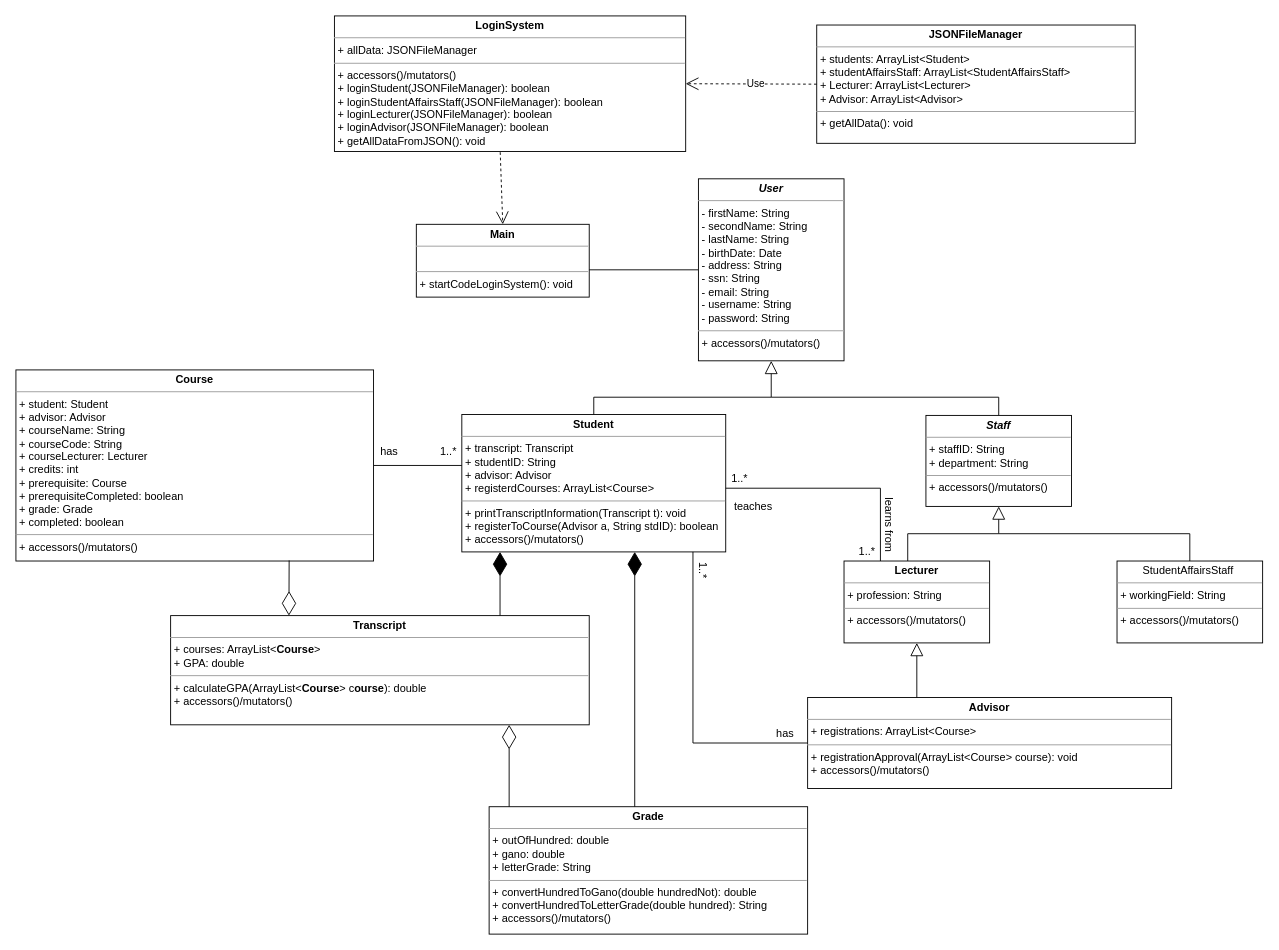
Earlier version of the draw.io diagram Iteration_1/CSE3063F23P1_DCD_GRP9_Iteration1.drawio (yigittuncer07/CSE3063F23P1_GRP9). Source tidied: cells renumbered, new cells numbered last; positions are measured from the earlier drawing's top-left corner, leaving out a move shared by most shapes. Both pictures are drawn from the tidied source at 91%, with x=0, y=0 at pixel (15, 15).
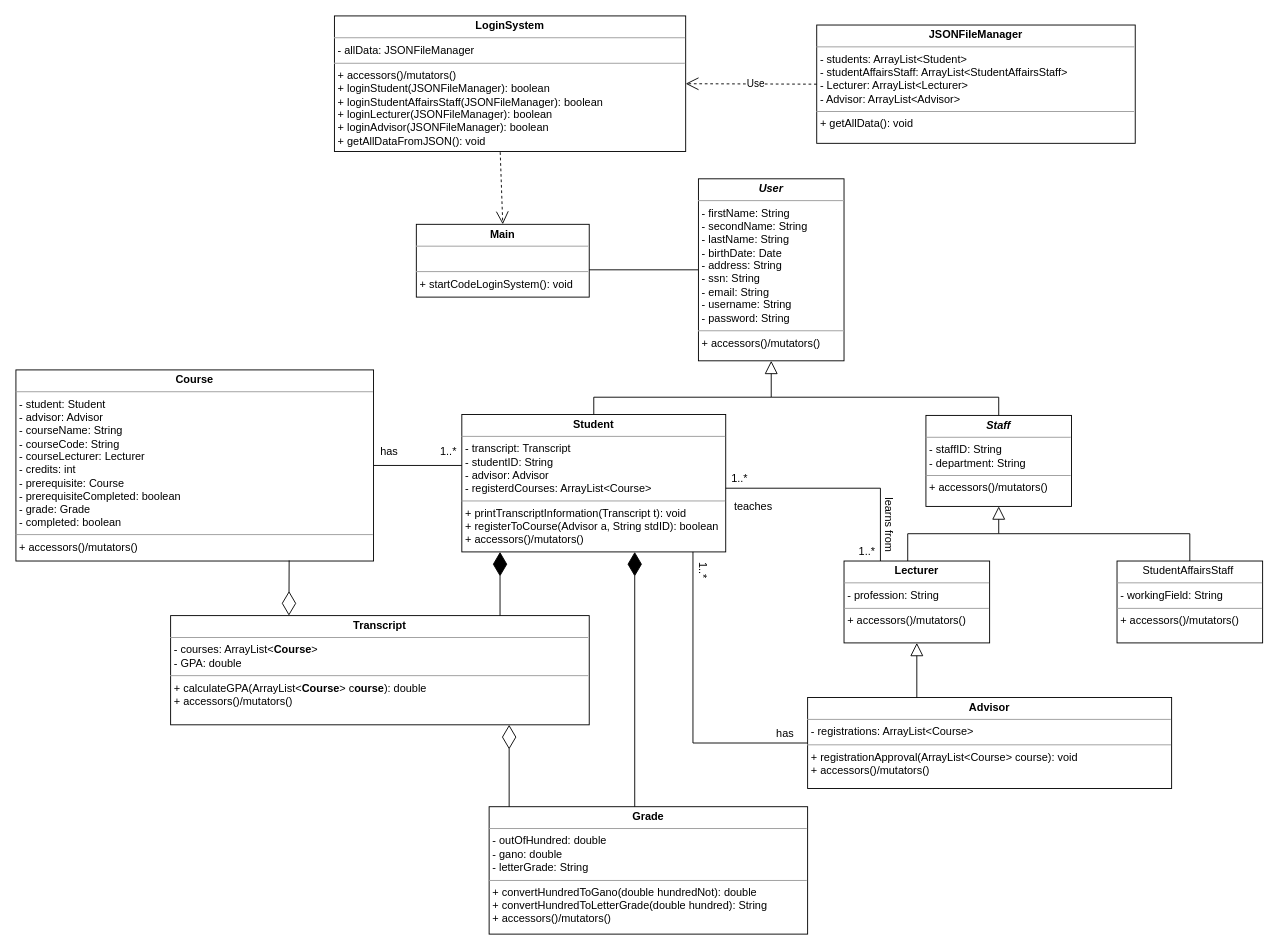
Above is the later version.

Commit message:
Updated methods in DCD

What changed in the source:
```diff
@@
-    <mxCell id="4" value="&lt;p style=&quot;margin:0px;margin-top:4px;text-align:center;&quot;&gt;&lt;b&gt;Student&lt;/b&gt;&lt;/p&gt;&lt;hr size=&quot;1&quot;&gt;&lt;p style=&quot;margin:0px;margin-left:4px;&quot;&gt;+ transcript: Transcript&lt;/p&gt;&lt;p style=&quot;margin:0px;margin-left:4px;&quot;&gt;+ studentID: String&lt;/p&gt;&lt;p style=&quot;margin:0px;margin-left:4px;&quot;&gt;+ advisor: Advisor&lt;/p&gt;&lt;p style=&quot;margin:0px;margin-left:4px;&quot;&gt;+ registerdCourses: ArrayList&amp;lt;Course&amp;gt;&lt;/p&gt;&lt;hr size=&quot;1&quot;&gt;&lt;p style=&quot;margin:0px;margin-left:4px;&quot;&gt;+ printTranscriptInformation(Transcript t): void&lt;/p&gt;&lt;p style=&quot;margin:0px;margin-left:4px;&quot;&gt;&lt;span style=&quot;background-color: initial;&quot;&gt;+ registerToCourse(Advisor a, String stdID): boolean&lt;/span&gt;&lt;/p&gt;&lt;p style=&quot;margin:0px;margin-left:4px;&quot;&gt;&lt;span style=&quot;background-color: initial;&quot;&gt;+ accessors()/mutators()&lt;/span&gt;&lt;br&gt;&lt;/p&gt;" style="verticalAlign=top;align=left;overflow=fill;fontSize=12;fontFamily=Helvetica;html=1;whiteSpace=wrap;" parent="1" vertex="1">
+    <mxCell id="4" value="&lt;p style=&quot;margin:0px;margin-top:4px;text-align:center;&quot;&gt;&lt;b&gt;Student&lt;/b&gt;&lt;/p&gt;&lt;hr size=&quot;1&quot;&gt;&lt;p style=&quot;margin:0px;margin-left:4px;&quot;&gt;- transcript: Transcript&lt;/p&gt;&lt;p style=&quot;margin:0px;margin-left:4px;&quot;&gt;- studentID: String&lt;/p&gt;&lt;p style=&quot;margin:0px;margin-left:4px;&quot;&gt;- advisor: Advisor&lt;/p&gt;&lt;p style=&quot;margin:0px;margin-left:4px;&quot;&gt;- registerdCourses: ArrayList&amp;lt;Course&amp;gt;&lt;/p&gt;&lt;hr size=&quot;1&quot;&gt;&lt;p style=&quot;margin:0px;margin-left:4px;&quot;&gt;+ printTranscriptInformation(Transcript t): void&lt;/p&gt;&lt;p style=&quot;margin:0px;margin-left:4px;&quot;&gt;&lt;span style=&quot;background-color: initial;&quot;&gt;+ registerToCourse(Advisor a, String stdID): boolean&lt;/span&gt;&lt;/p&gt;&lt;p style=&quot;margin:0px;margin-left:4px;&quot;&gt;&lt;span style=&quot;background-color: initial;&quot;&gt;+ accessors()/mutators()&lt;/span&gt;&lt;br&gt;&lt;/p&gt;" style="verticalAlign=top;align=left;overflow=fill;fontSize=12;fontFamily=Helvetica;html=1;whiteSpace=wrap;" parent="1" vertex="1">
       <mxGeometry x="490" y="438" width="290" height="151" as="geometry" />
     </mxCell>
@@
-    <mxCell id="7" value="&lt;p style=&quot;margin:0px;margin-top:4px;text-align:center;&quot;&gt;&lt;b&gt;Advisor&lt;/b&gt;&lt;/p&gt;&lt;hr size=&quot;1&quot;&gt;&lt;p style=&quot;margin:0px;margin-left:4px;&quot;&gt;+ registrations: ArrayList&amp;lt;Course&amp;gt;&lt;/p&gt;&lt;hr size=&quot;1&quot;&gt;&lt;p style=&quot;margin:0px;margin-left:4px;&quot;&gt;+ registrationApproval(ArrayList&amp;lt;Course&amp;gt; course): void&lt;/p&gt;&lt;p style=&quot;margin:0px;margin-left:4px;&quot;&gt;+ accessors()/mutators()&lt;br&gt;&lt;/p&gt;" style="verticalAlign=top;align=left;overflow=fill;fontSize=12;fontFamily=Helvetica;html=1;whiteSpace=wrap;" parent="1" vertex="1">
+    <mxCell id="7" value="&lt;p style=&quot;margin:0px;margin-top:4px;text-align:center;&quot;&gt;&lt;b&gt;Advisor&lt;/b&gt;&lt;/p&gt;&lt;hr size=&quot;1&quot;&gt;&lt;p style=&quot;margin:0px;margin-left:4px;&quot;&gt;- registrations: ArrayList&amp;lt;Course&amp;gt;&lt;/p&gt;&lt;hr size=&quot;1&quot;&gt;&lt;p style=&quot;margin:0px;margin-left:4px;&quot;&gt;+ registrationApproval(ArrayList&amp;lt;Course&amp;gt; course): void&lt;/p&gt;&lt;p style=&quot;margin:0px;margin-left:4px;&quot;&gt;+ accessors()/mutators()&lt;br&gt;&lt;/p&gt;" style="verticalAlign=top;align=left;overflow=fill;fontSize=12;fontFamily=Helvetica;html=1;whiteSpace=wrap;" parent="1" vertex="1">
       <mxGeometry x="870" y="749" width="400" height="100" as="geometry" />
     </mxCell>
@@
-    <mxCell id="9" value="&lt;p style=&quot;margin:0px;margin-top:4px;text-align:center;&quot;&gt;&lt;b&gt;Course&lt;/b&gt;&lt;/p&gt;&lt;hr size=&quot;1&quot;&gt;&lt;p style=&quot;margin:0px;margin-left:4px;&quot;&gt;+ student: Student&lt;/p&gt;&lt;p style=&quot;margin:0px;margin-left:4px;&quot;&gt;+ advisor: Advisor&lt;/p&gt;&lt;p style=&quot;margin:0px;margin-left:4px;&quot;&gt;+ courseName: String&lt;/p&gt;&lt;p style=&quot;margin:0px;margin-left:4px;&quot;&gt;+ courseCode: String&lt;/p&gt;&lt;p style=&quot;margin:0px;margin-left:4px;&quot;&gt;+ courseLecturer: Lecturer&lt;/p&gt;&lt;p style=&quot;margin:0px;margin-left:4px;&quot;&gt;+ credits: int&lt;/p&gt;&lt;p style=&quot;margin:0px;margin-left:4px;&quot;&gt;+ prerequisite: Course&lt;/p&gt;&lt;p style=&quot;margin:0px;margin-left:4px;&quot;&gt;+ prerequisiteCompleted: boolean&lt;/p&gt;&lt;p style=&quot;margin:0px;margin-left:4px;&quot;&gt;+ grade: Grade&lt;/p&gt;&lt;p style=&quot;margin:0px;margin-left:4px;&quot;&gt;+ completed: boolean&lt;/p&gt;&lt;hr size=&quot;1&quot;&gt;&lt;p style=&quot;margin:0px;margin-left:4px;&quot;&gt;+ accessors()/mutators()&lt;/p&gt;" style="verticalAlign=top;align=left;overflow=fill;fontSize=12;fontFamily=Helvetica;html=1;whiteSpace=wrap;" parent="1" vertex="1">
+    <mxCell id="9" value="&lt;p style=&quot;margin:0px;margin-top:4px;text-align:center;&quot;&gt;&lt;b&gt;Course&lt;/b&gt;&lt;/p&gt;&lt;hr size=&quot;1&quot;&gt;&lt;p style=&quot;margin:0px;margin-left:4px;&quot;&gt;- student: Student&lt;/p&gt;&lt;p style=&quot;margin:0px;margin-left:4px;&quot;&gt;- advisor: Advisor&lt;/p&gt;&lt;p style=&quot;margin:0px;margin-left:4px;&quot;&gt;- courseName: String&lt;/p&gt;&lt;p style=&quot;margin:0px;margin-left:4px;&quot;&gt;- courseCode: String&lt;/p&gt;&lt;p style=&quot;margin:0px;margin-left:4px;&quot;&gt;- courseLecturer: Lecturer&lt;/p&gt;&lt;p style=&quot;margin:0px;margin-left:4px;&quot;&gt;- credits: int&lt;/p&gt;&lt;p style=&quot;margin:0px;margin-left:4px;&quot;&gt;- prerequisite: Course&lt;/p&gt;&lt;p style=&quot;margin:0px;margin-left:4px;&quot;&gt;- prerequisiteCompleted: boolean&lt;/p&gt;&lt;p style=&quot;margin:0px;margin-left:4px;&quot;&gt;- grade: Grade&lt;/p&gt;&lt;p style=&quot;margin:0px;margin-left:4px;&quot;&gt;- completed: boolean&lt;/p&gt;&lt;hr size=&quot;1&quot;&gt;&lt;p style=&quot;margin:0px;margin-left:4px;&quot;&gt;+ accessors()/mutators()&lt;/p&gt;" style="verticalAlign=top;align=left;overflow=fill;fontSize=12;fontFamily=Helvetica;html=1;whiteSpace=wrap;" parent="1" vertex="1">
       <mxGeometry y="389" width="393" height="210" as="geometry" />
     </mxCell>
-    <mxCell id="10" value="&lt;p style=&quot;margin:0px;margin-top:4px;text-align:center;&quot;&gt;&lt;b&gt;Transcript&lt;/b&gt;&lt;/p&gt;&lt;hr size=&quot;1&quot;&gt;&lt;p style=&quot;margin:0px;margin-left:4px;&quot;&gt;+ courses: ArrayList&amp;lt;&lt;b style=&quot;border-color: var(--border-color); text-align: center;&quot;&gt;Course&lt;/b&gt;&lt;span style=&quot;background-color: initial;&quot;&gt;&amp;gt;&lt;/span&gt;&lt;br&gt;&lt;/p&gt;&lt;p style=&quot;margin:0px;margin-left:4px;&quot;&gt;&lt;span style=&quot;background-color: initial;&quot;&gt;+ GPA: double&lt;/span&gt;&lt;/p&gt;&lt;hr size=&quot;1&quot;&gt;&lt;p style=&quot;margin:0px;margin-left:4px;&quot;&gt;+ calculateGPA(ArrayList&amp;lt;&lt;b style=&quot;border-color: var(--border-color); text-align: center;&quot;&gt;Course&lt;/b&gt;&amp;gt; c&lt;b style=&quot;border-color: var(--border-color); text-align: center;&quot;&gt;ourse&lt;/b&gt;): double&lt;/p&gt;&lt;p style=&quot;margin:0px;margin-left:4px;&quot;&gt;+ accessors()/mutators()&lt;br&gt;&lt;/p&gt;" style="verticalAlign=top;align=left;overflow=fill;fontSize=12;fontFamily=Helvetica;html=1;whiteSpace=wrap;" parent="1" vertex="1">
+    <mxCell id="10" value="&lt;p style=&quot;margin:0px;margin-top:4px;text-align:center;&quot;&gt;&lt;b&gt;Transcript&lt;/b&gt;&lt;/p&gt;&lt;hr size=&quot;1&quot;&gt;&lt;p style=&quot;margin:0px;margin-left:4px;&quot;&gt;- courses: ArrayList&amp;lt;&lt;b style=&quot;border-color: var(--border-color); text-align: center;&quot;&gt;Course&lt;/b&gt;&lt;span style=&quot;background-color: initial;&quot;&gt;&amp;gt;&lt;/span&gt;&lt;br&gt;&lt;/p&gt;&lt;p style=&quot;margin:0px;margin-left:4px;&quot;&gt;&lt;span style=&quot;background-color: initial;&quot;&gt;- GPA: double&lt;/span&gt;&lt;/p&gt;&lt;hr size=&quot;1&quot;&gt;&lt;p style=&quot;margin:0px;margin-left:4px;&quot;&gt;+ calculateGPA(ArrayList&amp;lt;&lt;b style=&quot;border-color: var(--border-color); text-align: center;&quot;&gt;Course&lt;/b&gt;&amp;gt; c&lt;b style=&quot;border-color: var(--border-color); text-align: center;&quot;&gt;ourse&lt;/b&gt;): double&lt;/p&gt;&lt;p style=&quot;margin:0px;margin-left:4px;&quot;&gt;+ accessors()/mutators()&lt;br&gt;&lt;/p&gt;" style="verticalAlign=top;align=left;overflow=fill;fontSize=12;fontFamily=Helvetica;html=1;whiteSpace=wrap;" parent="1" vertex="1">
       <mxGeometry x="170" y="659" width="460" height="120" as="geometry" />
     </mxCell>
-    <mxCell id="11" value="&lt;p style=&quot;margin:0px;margin-top:4px;text-align:center;&quot;&gt;&lt;b&gt;Grade&lt;/b&gt;&lt;/p&gt;&lt;hr size=&quot;1&quot;&gt;&lt;p style=&quot;margin:0px;margin-left:4px;&quot;&gt;+ outOfHundred: double&lt;/p&gt;&lt;p style=&quot;margin:0px;margin-left:4px;&quot;&gt;+ gano: double&lt;/p&gt;&lt;p style=&quot;margin:0px;margin-left:4px;&quot;&gt;+ letterGrade: String&lt;/p&gt;&lt;hr size=&quot;1&quot;&gt;&lt;p style=&quot;margin:0px;margin-left:4px;&quot;&gt;+ convertHundredToGano(double hundredNot): double&lt;/p&gt;&lt;p style=&quot;margin:0px;margin-left:4px;&quot;&gt;+ convertHundredToLetterGrade(double hundred): String&lt;/p&gt;&lt;p style=&quot;margin:0px;margin-left:4px;&quot;&gt;+ accessors()/mutators()&lt;br&gt;&lt;/p&gt;" style="verticalAlign=top;align=left;overflow=fill;fontSize=12;fontFamily=Helvetica;html=1;whiteSpace=wrap;" parent="1" vertex="1">
+    <mxCell id="11" value="&lt;p style=&quot;margin:0px;margin-top:4px;text-align:center;&quot;&gt;&lt;b&gt;Grade&lt;/b&gt;&lt;/p&gt;&lt;hr size=&quot;1&quot;&gt;&lt;p style=&quot;margin:0px;margin-left:4px;&quot;&gt;- outOfHundred: double&lt;/p&gt;&lt;p style=&quot;margin:0px;margin-left:4px;&quot;&gt;- gano: double&lt;/p&gt;&lt;p style=&quot;margin:0px;margin-left:4px;&quot;&gt;- letterGrade: String&lt;/p&gt;&lt;hr size=&quot;1&quot;&gt;&lt;p style=&quot;margin:0px;margin-left:4px;&quot;&gt;+ convertHundredToGano(double hundredNot): double&lt;/p&gt;&lt;p style=&quot;margin:0px;margin-left:4px;&quot;&gt;+ convertHundredToLetterGrade(double hundred): String&lt;/p&gt;&lt;p style=&quot;margin:0px;margin-left:4px;&quot;&gt;+ accessors()/mutators()&lt;br&gt;&lt;/p&gt;" style="verticalAlign=top;align=left;overflow=fill;fontSize=12;fontFamily=Helvetica;html=1;whiteSpace=wrap;" parent="1" vertex="1">
       <mxGeometry x="520" y="869" width="350" height="140" as="geometry" />
     </mxCell>
@@
-    <mxCell id="13" value="&lt;p style=&quot;margin:0px;margin-top:4px;text-align:center;&quot;&gt;&lt;b&gt;&lt;i&gt;Staff&lt;/i&gt;&lt;/b&gt;&lt;/p&gt;&lt;hr size=&quot;1&quot;&gt;&lt;p style=&quot;margin:0px;margin-left:4px;&quot;&gt;+ staffID: String&lt;/p&gt;&lt;p style=&quot;margin:0px;margin-left:4px;&quot;&gt;+ department: String&lt;/p&gt;&lt;hr size=&quot;1&quot;&gt;&lt;p style=&quot;margin:0px;margin-left:4px;&quot;&gt;+ accessors()/mutators()&lt;br&gt;&lt;/p&gt;" style="verticalAlign=top;align=left;overflow=fill;fontSize=12;fontFamily=Helvetica;html=1;whiteSpace=wrap;" parent="1" vertex="1">
+    <mxCell id="13" value="&lt;p style=&quot;margin:0px;margin-top:4px;text-align:center;&quot;&gt;&lt;b&gt;&lt;i&gt;Staff&lt;/i&gt;&lt;/b&gt;&lt;/p&gt;&lt;hr size=&quot;1&quot;&gt;&lt;p style=&quot;margin:0px;margin-left:4px;&quot;&gt;- staffID: String&lt;/p&gt;&lt;p style=&quot;margin:0px;margin-left:4px;&quot;&gt;- department: String&lt;/p&gt;&lt;hr size=&quot;1&quot;&gt;&lt;p style=&quot;margin:0px;margin-left:4px;&quot;&gt;+ accessors()/mutators()&lt;br&gt;&lt;/p&gt;" style="verticalAlign=top;align=left;overflow=fill;fontSize=12;fontFamily=Helvetica;html=1;whiteSpace=wrap;" parent="1" vertex="1">
       <mxGeometry x="1000" y="439" width="160" height="100" as="geometry" />
     </mxCell>
@@
-    <mxCell id="15" value="&lt;p style=&quot;margin:0px;margin-top:4px;text-align:center;&quot;&gt;&lt;b&gt;Lecturer&lt;/b&gt;&lt;/p&gt;&lt;hr size=&quot;1&quot;&gt;&lt;p style=&quot;margin:0px;margin-left:4px;&quot;&gt;+&amp;nbsp;profession: String&lt;/p&gt;&lt;hr size=&quot;1&quot;&gt;&lt;p style=&quot;margin:0px;margin-left:4px;&quot;&gt;+ accessors()/mutators()&lt;br&gt;&lt;/p&gt;" style="verticalAlign=top;align=left;overflow=fill;fontSize=12;fontFamily=Helvetica;html=1;whiteSpace=wrap;" parent="1" vertex="1">
+    <mxCell id="15" value="&lt;p style=&quot;margin:0px;margin-top:4px;text-align:center;&quot;&gt;&lt;b&gt;Lecturer&lt;/b&gt;&lt;/p&gt;&lt;hr size=&quot;1&quot;&gt;&lt;p style=&quot;margin:0px;margin-left:4px;&quot;&gt;- profession: String&lt;/p&gt;&lt;hr size=&quot;1&quot;&gt;&lt;p style=&quot;margin:0px;margin-left:4px;&quot;&gt;+ accessors()/mutators()&lt;br&gt;&lt;/p&gt;" style="verticalAlign=top;align=left;overflow=fill;fontSize=12;fontFamily=Helvetica;html=1;whiteSpace=wrap;" parent="1" vertex="1">
       <mxGeometry x="910" y="599" width="160" height="90" as="geometry" />
     </mxCell>
-    <mxCell id="16" value="&lt;p style=&quot;margin:0px;margin-top:4px;text-align:center;&quot;&gt;&lt;b&gt;LoginSystem&lt;/b&gt;&lt;/p&gt;&lt;hr size=&quot;1&quot;&gt;&lt;p style=&quot;margin:0px;margin-left:4px;&quot;&gt;+ allData: JSONFileManager&lt;/p&gt;&lt;hr size=&quot;1&quot;&gt;&lt;p style=&quot;margin:0px;margin-left:4px;&quot;&gt;+ accessors()/mutators()&lt;br&gt;&lt;/p&gt;&lt;p style=&quot;margin:0px;margin-left:4px;&quot;&gt;+ loginStudent(JSONFileManager): boolean&lt;/p&gt;&lt;p style=&quot;border-color: var(--border-color); margin: 0px 0px 0px 4px;&quot;&gt;+ loginStudentAffairsStaff(JSONFileManager): boolean&lt;/p&gt;&lt;div&gt;&lt;p style=&quot;border-color: var(--border-color); margin: 0px 0px 0px 4px;&quot;&gt;+ loginLecturer(JSONFileManager): boolean&lt;/p&gt;&lt;div style=&quot;border-color: var(--border-color);&quot;&gt;&lt;p style=&quot;border-color: var(--border-color); margin: 0px 0px 0px 4px;&quot;&gt;+ loginAdvisor(JSONFileManager): boolean&lt;/p&gt;&lt;/div&gt;&lt;/div&gt;&lt;p style=&quot;margin:0px;margin-left:4px;&quot;&gt;+ getAllDataFromJSON(): void&lt;br&gt;&lt;/p&gt;&lt;p style=&quot;margin:0px;margin-left:4px;&quot;&gt;&lt;br&gt;&lt;/p&gt;" style="verticalAlign=top;align=left;overflow=fill;fontSize=12;fontFamily=Helvetica;html=1;whiteSpace=wrap;" parent="1" vertex="1">
+    <mxCell id="16" value="&lt;p style=&quot;margin:0px;margin-top:4px;text-align:center;&quot;&gt;&lt;b&gt;LoginSystem&lt;/b&gt;&lt;/p&gt;&lt;hr size=&quot;1&quot;&gt;&lt;p style=&quot;margin:0px;margin-left:4px;&quot;&gt;- allData: JSONFileManager&lt;/p&gt;&lt;hr size=&quot;1&quot;&gt;&lt;p style=&quot;margin:0px;margin-left:4px;&quot;&gt;+ accessors()/mutators()&lt;br&gt;&lt;/p&gt;&lt;p style=&quot;margin:0px;margin-left:4px;&quot;&gt;+ loginStudent(JSONFileManager): boolean&lt;/p&gt;&lt;p style=&quot;border-color: var(--border-color); margin: 0px 0px 0px 4px;&quot;&gt;+ loginStudentAffairsStaff(JSONFileManager): boolean&lt;/p&gt;&lt;div&gt;&lt;p style=&quot;border-color: var(--border-color); margin: 0px 0px 0px 4px;&quot;&gt;+ loginLecturer(JSONFileManager): boolean&lt;/p&gt;&lt;div style=&quot;border-color: var(--border-color);&quot;&gt;&lt;p style=&quot;border-color: var(--border-color); margin: 0px 0px 0px 4px;&quot;&gt;+ loginAdvisor(JSONFileManager): boolean&lt;/p&gt;&lt;/div&gt;&lt;/div&gt;&lt;p style=&quot;margin:0px;margin-left:4px;&quot;&gt;+ getAllDataFromJSON(): void&lt;br&gt;&lt;/p&gt;&lt;p style=&quot;margin:0px;margin-left:4px;&quot;&gt;&lt;br&gt;&lt;/p&gt;" style="verticalAlign=top;align=left;overflow=fill;fontSize=12;fontFamily=Helvetica;html=1;whiteSpace=wrap;" parent="1" vertex="1">
       <mxGeometry x="350" width="386" height="149" as="geometry" />
     </mxCell>
@@
-    <mxCell id="18" value="&lt;p style=&quot;margin:0px;margin-top:4px;text-align:center;&quot;&gt;StudentAffairsStaff&amp;nbsp;&lt;br&gt;&lt;/p&gt;&lt;hr size=&quot;1&quot;&gt;&lt;p style=&quot;margin:0px;margin-left:4px;&quot;&gt;+&amp;nbsp;workingField: String&lt;/p&gt;&lt;hr size=&quot;1&quot;&gt;&lt;p style=&quot;margin:0px;margin-left:4px;&quot;&gt;+ accessors()/mutators()&lt;br&gt;&lt;/p&gt;" style="verticalAlign=top;align=left;overflow=fill;fontSize=12;fontFamily=Helvetica;html=1;whiteSpace=wrap;" parent="1" vertex="1">
+    <mxCell id="18" value="&lt;p style=&quot;margin:0px;margin-top:4px;text-align:center;&quot;&gt;StudentAffairsStaff&amp;nbsp;&lt;br&gt;&lt;/p&gt;&lt;hr size=&quot;1&quot;&gt;&lt;p style=&quot;margin:0px;margin-left:4px;&quot;&gt;- workingField: String&lt;/p&gt;&lt;hr size=&quot;1&quot;&gt;&lt;p style=&quot;margin:0px;margin-left:4px;&quot;&gt;+ accessors()/mutators()&lt;br&gt;&lt;/p&gt;" style="verticalAlign=top;align=left;overflow=fill;fontSize=12;fontFamily=Helvetica;html=1;whiteSpace=wrap;" parent="1" vertex="1">
       <mxGeometry x="1210" y="599" width="160" height="90" as="geometry" />
     </mxCell>
@@
-    <mxCell id="20" value="&lt;p style=&quot;margin:0px;margin-top:4px;text-align:center;&quot;&gt;&lt;b&gt;JSONFileManager&lt;/b&gt;&lt;/p&gt;&lt;hr size=&quot;1&quot;&gt;&lt;p style=&quot;margin:0px;margin-left:4px;&quot;&gt;+ students: ArrayList&amp;lt;Student&amp;gt;&lt;/p&gt;&lt;p style=&quot;margin:0px;margin-left:4px;&quot;&gt;+ studentAffairsStaff: ArrayList&amp;lt;StudentAffairsStaff&amp;gt;&lt;/p&gt;&lt;p style=&quot;margin:0px;margin-left:4px;&quot;&gt;+ Lecturer: ArrayList&amp;lt;Lecturer&amp;gt;&lt;/p&gt;&lt;p style=&quot;margin:0px;margin-left:4px;&quot;&gt;+ Advisor: ArrayList&amp;lt;Advisor&amp;gt;&lt;/p&gt;&lt;hr size=&quot;1&quot;&gt;&lt;p style=&quot;margin:0px;margin-left:4px;&quot;&gt;+ getAllData(): void&lt;/p&gt;" style="verticalAlign=top;align=left;overflow=fill;fontSize=12;fontFamily=Helvetica;html=1;whiteSpace=wrap;" parent="1" vertex="1">
+    <mxCell id="20" value="&lt;p style=&quot;margin:0px;margin-top:4px;text-align:center;&quot;&gt;&lt;b&gt;JSONFileManager&lt;/b&gt;&lt;/p&gt;&lt;hr size=&quot;1&quot;&gt;&lt;p style=&quot;margin:0px;margin-left:4px;&quot;&gt;- students: ArrayList&amp;lt;Student&amp;gt;&lt;/p&gt;&lt;p style=&quot;margin:0px;margin-left:4px;&quot;&gt;- studentAffairsStaff: ArrayList&amp;lt;StudentAffairsStaff&amp;gt;&lt;/p&gt;&lt;p style=&quot;margin:0px;margin-left:4px;&quot;&gt;- Lecturer: ArrayList&amp;lt;Lecturer&amp;gt;&lt;/p&gt;&lt;p style=&quot;margin:0px;margin-left:4px;&quot;&gt;- Advisor: ArrayList&amp;lt;Advisor&amp;gt;&lt;/p&gt;&lt;hr size=&quot;1&quot;&gt;&lt;p style=&quot;margin:0px;margin-left:4px;&quot;&gt;+ getAllData(): void&lt;/p&gt;" style="verticalAlign=top;align=left;overflow=fill;fontSize=12;fontFamily=Helvetica;html=1;whiteSpace=wrap;" parent="1" vertex="1">
       <mxGeometry x="880" y="10" width="350" height="130" as="geometry" />
     </mxCell>
```
